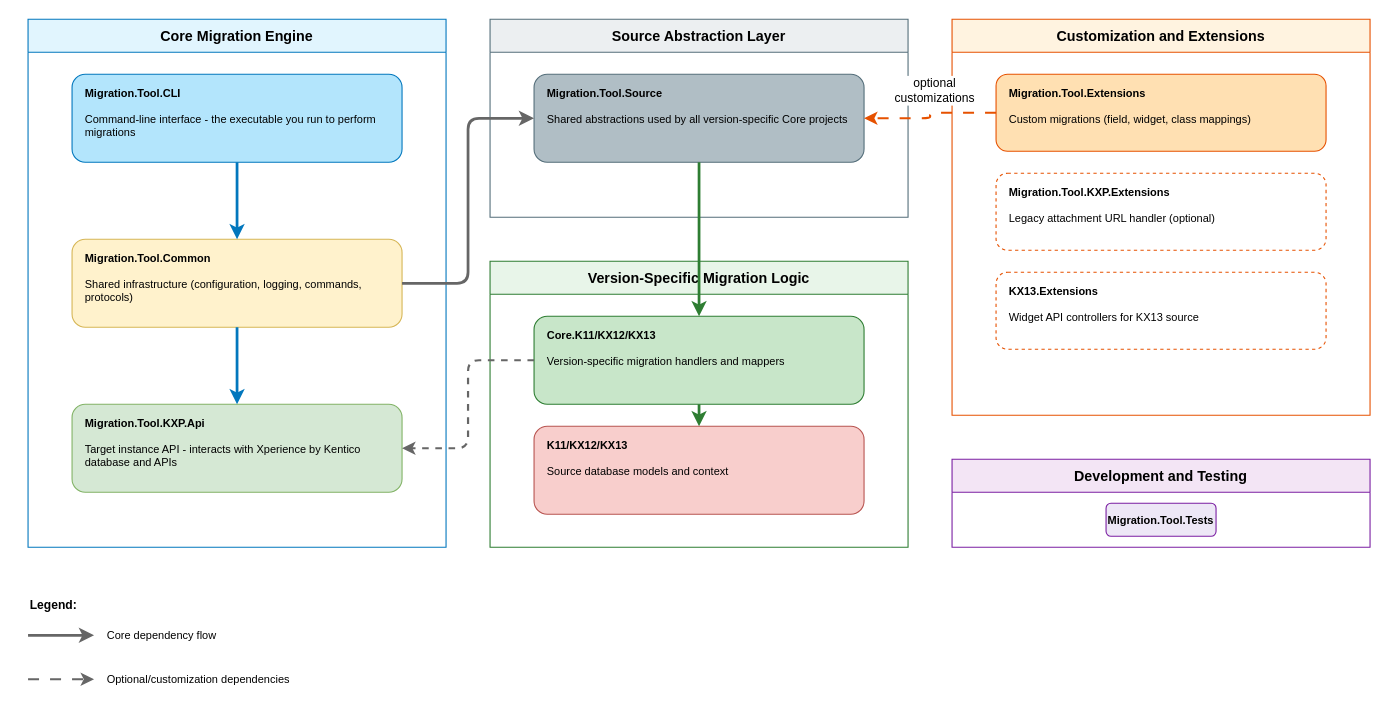
Earlier version of the draw.io diagram images/diagrams/project-dependencies.drawio (Kentico/xperience-by-kentico-kentico-migration-tool). Source tidied: cells renumbered, new cells numbered last; positions are measured from the earlier drawing's top-left corner, leaving out a move shared by most shapes. Both pictures are drawn from the tidied source at 110%, with x=0, y=0 at pixel (28, 19).
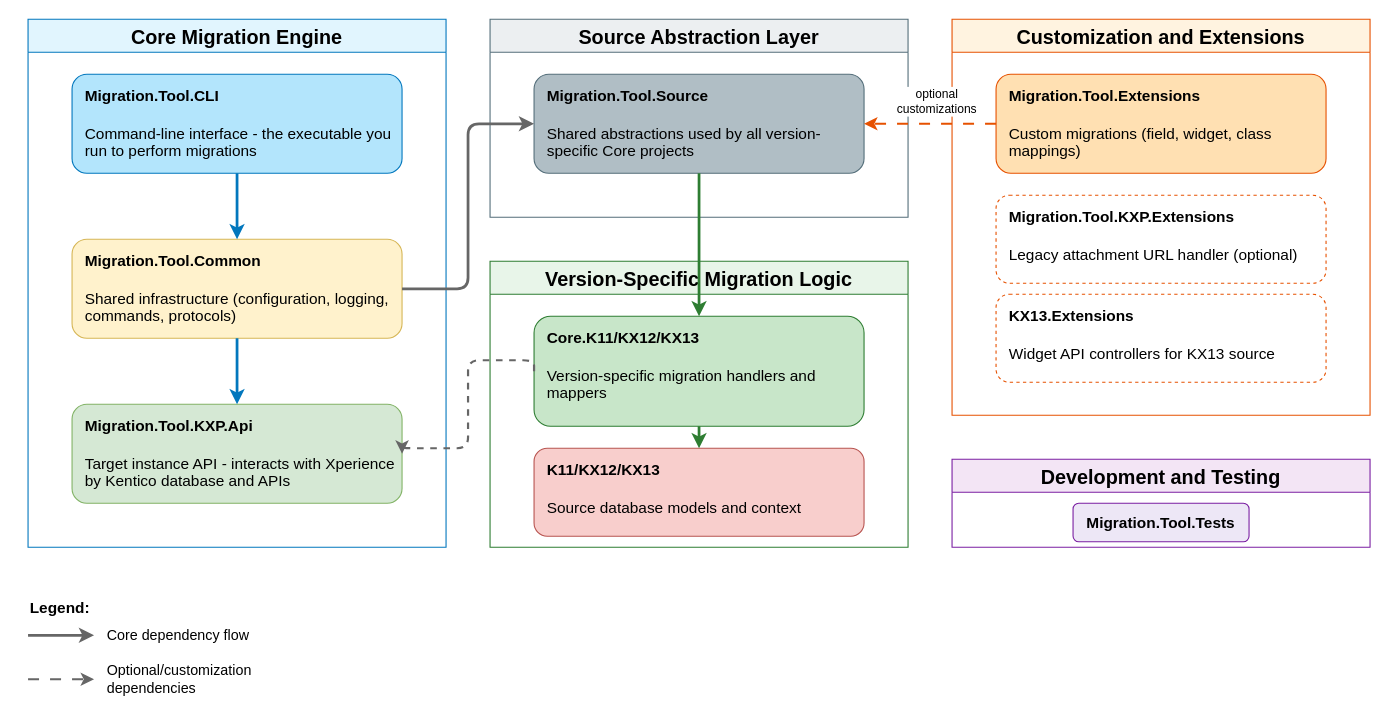
The same diagram, later.

Commit message (it also covers changes not shown here):
projects structure diagram - bigger font

The edit, as a diff of the source:
```diff
@@
-    <mxCell id="2" value="Core Migration Engine" style="swimlane;startSize=30;fillColor=#e1f5fe;strokeColor=#0277bd;fontStyle=1;fontSize=13;" parent="1" vertex="1">
+    <mxCell id="2" value="Core Migration Engine" style="swimlane;startSize=30;fillColor=#e1f5fe;strokeColor=#0277bd;fontStyle=1;fontSize=18;" parent="1" vertex="1">
       <mxGeometry width="380" height="480" as="geometry" />
     </mxCell>
-    <mxCell id="3" value="&lt;b&gt;Migration.Tool.CLI&lt;/b&gt;&lt;br&gt;&lt;br&gt;Command-line interface - the executable you run to perform migrations" style="rounded=1;whiteSpace=wrap;html=1;fillColor=#b3e5fc;strokeColor=#0277bd;fontSize=10;align=left;verticalAlign=top;spacingLeft=10;spacingTop=5;" parent="2" vertex="1">
-      <mxGeometry x="40" y="50" width="300" height="80" as="geometry" />
+    <mxCell id="3" value="&lt;b&gt;Migration.Tool.CLI&lt;/b&gt;&lt;br&gt;&lt;br&gt;Command-line interface - the executable you run to perform migrations" style="rounded=1;whiteSpace=wrap;html=1;fillColor=#b3e5fc;strokeColor=#0277bd;fontSize=14;align=left;verticalAlign=top;spacingLeft=10;spacingTop=5;" parent="2" vertex="1">
+      <mxGeometry x="40" y="50" width="300" height="90" as="geometry" />
     </mxCell>
-    <mxCell id="4" value="&lt;b&gt;Migration.Tool.Common&lt;/b&gt;&lt;br&gt;&lt;br&gt;Shared infrastructure (configuration, logging, commands, protocols)" style="rounded=1;whiteSpace=wrap;html=1;fillColor=#fff2cc;strokeColor=#d6b656;fontSize=10;align=left;verticalAlign=top;spacingLeft=10;spacingTop=5;" parent="2" vertex="1">
-      <mxGeometry x="40" y="200" width="300" height="80" as="geometry" />
+    <mxCell id="4" value="&lt;b&gt;Migration.Tool.Common&lt;/b&gt;&lt;br&gt;&lt;br&gt;Shared infrastructure (configuration, logging, commands, protocols)" style="rounded=1;whiteSpace=wrap;html=1;fillColor=#fff2cc;strokeColor=#d6b656;fontSize=14;align=left;verticalAlign=top;spacingLeft=10;spacingTop=5;" parent="2" vertex="1">
+      <mxGeometry x="40" y="200" width="300" height="90" as="geometry" />
     </mxCell>
-    <mxCell id="5" value="&lt;b&gt;Migration.Tool.KXP.Api&lt;/b&gt;&lt;br&gt;&lt;br&gt;Target instance API - interacts with Xperience by Kentico database and APIs" style="rounded=1;whiteSpace=wrap;html=1;fillColor=#d5e8d4;strokeColor=#82b366;fontSize=10;align=left;verticalAlign=top;spacingLeft=10;spacingTop=5;" parent="2" vertex="1">
-      <mxGeometry x="40" y="350" width="300" height="80" as="geometry" />
+    <mxCell id="5" value="&lt;b&gt;Migration.Tool.KXP.Api&lt;/b&gt;&lt;br&gt;&lt;br&gt;Target instance API - interacts with Xperience by Kentico database and APIs" style="rounded=1;whiteSpace=wrap;html=1;fillColor=#d5e8d4;strokeColor=#82b366;fontSize=14;align=left;verticalAlign=top;spacingLeft=10;spacingTop=5;" parent="2" vertex="1">
+      <mxGeometry x="40" y="350" width="300" height="90" as="geometry" />
     </mxCell>
-    <mxCell id="6" value="Source Abstraction Layer" style="swimlane;startSize=30;fillColor=#eceff1;strokeColor=#546e7a;fontStyle=1;fontSize=13;" parent="1" vertex="1">
+    <mxCell id="6" value="Source Abstraction Layer" style="swimlane;startSize=30;fillColor=#eceff1;strokeColor=#546e7a;fontStyle=1;fontSize=18;" parent="1" vertex="1">
       <mxGeometry x="420" width="380" height="180" as="geometry" />
     </mxCell>
-    <mxCell id="7" value="&lt;b&gt;Migration.Tool.Source&lt;/b&gt;&lt;br&gt;&lt;br&gt;Shared abstractions used by all version-specific Core projects" style="rounded=1;whiteSpace=wrap;html=1;fillColor=#b0bec5;strokeColor=#546e7a;fontSize=10;align=left;verticalAlign=top;spacingLeft=10;spacingTop=5;" parent="6" vertex="1">
-      <mxGeometry x="40" y="50" width="300" height="80" as="geometry" />
+    <mxCell id="7" value="&lt;b&gt;Migration.Tool.Source&lt;/b&gt;&lt;br&gt;&lt;br&gt;Shared abstractions used by all version-specific Core projects" style="rounded=1;whiteSpace=wrap;html=1;fillColor=#b0bec5;strokeColor=#546e7a;fontSize=14;align=left;verticalAlign=top;spacingLeft=10;spacingTop=5;" parent="6" vertex="1">
+      <mxGeometry x="40" y="50" width="300" height="90" as="geometry" />
     </mxCell>
-    <mxCell id="8" value="Version-Specific Migration Logic" style="swimlane;startSize=30;fillColor=#e8f5e9;strokeColor=#2e7d32;fontStyle=1;fontSize=13;" parent="1" vertex="1">
+    <mxCell id="8" value="Version-Specific Migration Logic" style="swimlane;startSize=30;fillColor=#e8f5e9;strokeColor=#2e7d32;fontStyle=1;fontSize=18;" parent="1" vertex="1">
       <mxGeometry x="420" y="220" width="380" height="260" as="geometry" />
     </mxCell>
-    <mxCell id="9" value="&lt;b&gt;Core.K11/KX12/KX13&lt;/b&gt;&lt;br&gt;&lt;br&gt;Version-specific migration handlers and mappers" style="rounded=1;whiteSpace=wrap;html=1;fillColor=#c8e6c9;strokeColor=#2e7d32;fontSize=10;align=left;verticalAlign=top;spacingLeft=10;spacingTop=5;" parent="8" vertex="1">
-      <mxGeometry x="40" y="50" width="300" height="80" as="geometry" />
+    <mxCell id="9" value="&lt;b&gt;Core.K11/KX12/KX13&lt;/b&gt;&lt;br&gt;&lt;br&gt;Version-specific migration handlers and mappers" style="rounded=1;whiteSpace=wrap;html=1;fillColor=#c8e6c9;strokeColor=#2e7d32;fontSize=14;align=left;verticalAlign=top;spacingLeft=10;spacingTop=5;" parent="8" vertex="1">
+      <mxGeometry x="40" y="50" width="300" height="100" as="geometry" />
     </mxCell>
-    <mxCell id="10" value="&lt;b&gt;K11/KX12/KX13&lt;/b&gt;&lt;br&gt;&lt;br&gt;Source database models and context" style="rounded=1;whiteSpace=wrap;html=1;fillColor=#f8cecc;strokeColor=#b85450;fontSize=10;align=left;verticalAlign=top;spacingLeft=10;spacingTop=5;" parent="8" vertex="1">
-      <mxGeometry x="40" y="150" width="300" height="80" as="geometry" />
+    <mxCell id="10" value="&lt;b&gt;K11/KX12/KX13&lt;/b&gt;&lt;br&gt;&lt;br&gt;Source database models and context" style="rounded=1;whiteSpace=wrap;html=1;fillColor=#f8cecc;strokeColor=#b85450;fontSize=14;align=left;verticalAlign=top;spacingLeft=10;spacingTop=5;" parent="8" vertex="1">
+      <mxGeometry x="40" y="170" width="300" height="80" as="geometry" />
     </mxCell>
-    <mxCell id="11" value="Customization and Extensions" style="swimlane;startSize=30;fillColor=#fff3e0;strokeColor=#e65100;fontStyle=1;fontSize=13;" parent="1" vertex="1">
+    <mxCell id="11" value="Customization and Extensions" style="swimlane;startSize=30;fillColor=#fff3e0;strokeColor=#e65100;fontStyle=1;fontSize=18;" parent="1" vertex="1">
       <mxGeometry x="840" width="380" height="360" as="geometry" />
     </mxCell>
-    <mxCell id="12" value="&lt;b&gt;Migration.Tool.Extensions&lt;/b&gt;&lt;br&gt;&lt;br&gt;Custom migrations (field, widget, class mappings)" style="rounded=1;whiteSpace=wrap;html=1;fillColor=#ffe0b2;strokeColor=#e65100;fontSize=10;align=left;verticalAlign=top;spacingLeft=10;spacingTop=5;" parent="11" vertex="1">
-      <mxGeometry x="40" y="50" width="300" height="70" as="geometry" />
+    <mxCell id="12" value="&lt;b&gt;Migration.Tool.Extensions&lt;/b&gt;&lt;br&gt;&lt;br&gt;Custom migrations (field, widget, class mappings)" style="rounded=1;whiteSpace=wrap;html=1;fillColor=#ffe0b2;strokeColor=#e65100;fontSize=14;align=left;verticalAlign=top;spacingLeft=10;spacingTop=5;" parent="11" vertex="1">
+      <mxGeometry x="40" y="50" width="300" height="90" as="geometry" />
     </mxCell>
-    <mxCell id="13" value="&lt;b&gt;Migration.Tool.KXP.Extensions&lt;/b&gt;&lt;br&gt;&lt;br&gt;Legacy attachment URL handler (optional)" style="rounded=1;whiteSpace=wrap;html=1;fillColor=#ffffff;strokeColor=#e65100;fontSize=10;align=left;verticalAlign=top;spacingLeft=10;spacingTop=5;dashed=1;dashPattern=3 3;" parent="11" vertex="1">
-      <mxGeometry x="40" y="140" width="300" height="70" as="geometry" />
+    <mxCell id="13" value="&lt;b&gt;Migration.Tool.KXP.Extensions&lt;/b&gt;&lt;br&gt;&lt;br&gt;Legacy attachment URL handler (optional)" style="rounded=1;whiteSpace=wrap;html=1;fillColor=#ffffff;strokeColor=#e65100;fontSize=14;align=left;verticalAlign=top;spacingLeft=10;spacingTop=5;dashed=1;dashPattern=3 3;" parent="11" vertex="1">
+      <mxGeometry x="40" y="160" width="300" height="80" as="geometry" />
     </mxCell>
-    <mxCell id="14" value="&lt;b&gt;KX13.Extensions&lt;/b&gt;&lt;br&gt;&lt;br&gt;Widget API controllers for KX13 source" style="rounded=1;whiteSpace=wrap;html=1;fillColor=#ffffff;strokeColor=#e65100;fontSize=10;align=left;verticalAlign=top;spacingLeft=10;spacingTop=5;dashed=1;dashPattern=3 3;" parent="11" vertex="1">
-      <mxGeometry x="40" y="230" width="300" height="70" as="geometry" />
+    <mxCell id="14" value="&lt;b&gt;KX13.Extensions&lt;/b&gt;&lt;br&gt;&lt;br&gt;Widget API controllers for KX13 source" style="rounded=1;whiteSpace=wrap;html=1;fillColor=#ffffff;strokeColor=#e65100;fontSize=14;align=left;verticalAlign=top;spacingLeft=10;spacingTop=5;dashed=1;dashPattern=3 3;" parent="11" vertex="1">
+      <mxGeometry x="40" y="250" width="300" height="80" as="geometry" />
     </mxCell>
-    <mxCell id="15" value="Development and Testing" style="swimlane;startSize=30;fillColor=#f3e5f5;strokeColor=#7b1fa2;fontStyle=1;fontSize=13;" parent="1" vertex="1">
+    <mxCell id="15" value="Development and Testing" style="swimlane;startSize=30;fillColor=#f3e5f5;strokeColor=#7b1fa2;fontStyle=1;fontSize=18;" parent="1" vertex="1">
       <mxGeometry x="840" y="400" width="380" height="80" as="geometry" />
     </mxCell>
-    <mxCell id="16" value="&lt;b&gt;Migration.Tool.Tests&lt;/b&gt;" style="rounded=1;whiteSpace=wrap;html=1;fillColor=#ede7f6;strokeColor=#7b1fa2;fontSize=10;align=center;verticalAlign=middle;" parent="15" vertex="1">
-      <mxGeometry x="140" y="40" width="100" height="30" as="geometry" />
+    <mxCell id="16" value="&lt;b&gt;Migration.Tool.Tests&lt;/b&gt;" style="rounded=1;whiteSpace=wrap;html=1;fillColor=#ede7f6;strokeColor=#7b1fa2;fontSize=14;align=center;verticalAlign=middle;" parent="15" vertex="1">
+      <mxGeometry x="110" y="40" width="160" height="35" as="geometry" />
     </mxCell>
@@
-    <mxCell id="24" value="Legend:" style="text;html=1;strokeColor=none;fillColor=none;align=left;verticalAlign=top;whiteSpace=wrap;rounded=0;fontSize=11;fontStyle=1;" parent="1" vertex="1">
+    <mxCell id="24" value="Legend:" style="text;html=1;strokeColor=none;fillColor=none;align=left;verticalAlign=top;whiteSpace=wrap;rounded=0;fontSize=14;fontStyle=1;" parent="1" vertex="1">
       <mxGeometry y="520" width="80" height="20" as="geometry" />
     </mxCell>
@@
-    <mxCell id="26" value="Core dependency flow" style="text;html=1;strokeColor=none;fillColor=none;align=left;verticalAlign=middle;whiteSpace=wrap;rounded=0;fontSize=10;" parent="1" vertex="1">
+    <mxCell id="26" value="Core dependency flow" style="text;html=1;strokeColor=none;fillColor=none;align=left;verticalAlign=middle;whiteSpace=wrap;rounded=0;fontSize=13;" parent="1" vertex="1">
       <mxGeometry x="70" y="550" width="150" height="20" as="geometry" />
     </mxCell>
@@
-    <mxCell id="28" value="Optional/customization dependencies" style="text;html=1;strokeColor=none;fillColor=none;align=left;verticalAlign=middle;whiteSpace=wrap;rounded=0;fontSize=10;" parent="1" vertex="1">
+    <mxCell id="28" value="Optional/customization dependencies" style="text;html=1;strokeColor=none;fillColor=none;align=left;verticalAlign=middle;whiteSpace=wrap;rounded=0;fontSize=13;" parent="1" vertex="1">
       <mxGeometry x="70" y="590" width="200" height="20" as="geometry" />
     </mxCell>
```
